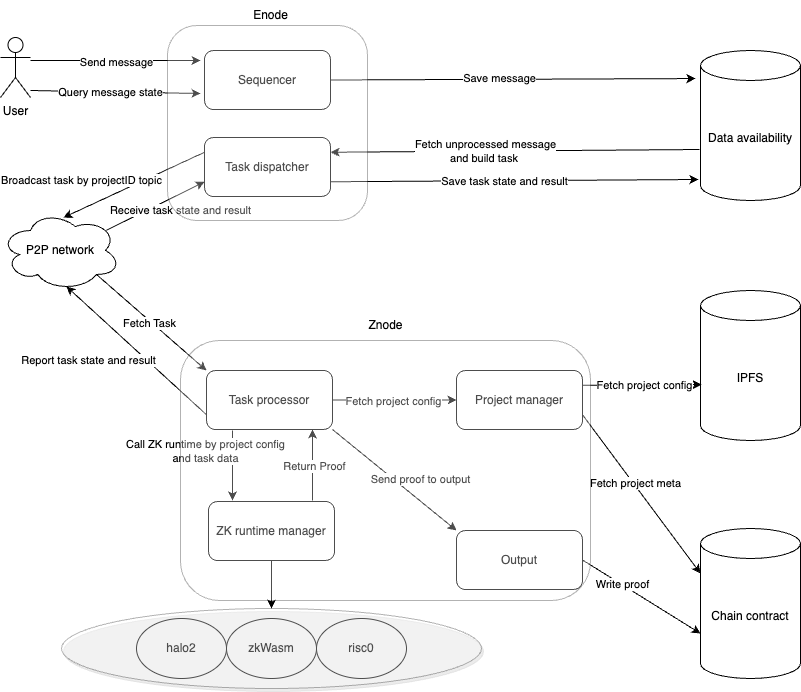
The draw.io diagram docs/architecture.drawio.png in iotexproject/w3bstream, before a commit. Source tidied: cells renumbered, new cells last; positions are measured from the earlier drawing's top-left corner, leaving out a move shared by most shapes.
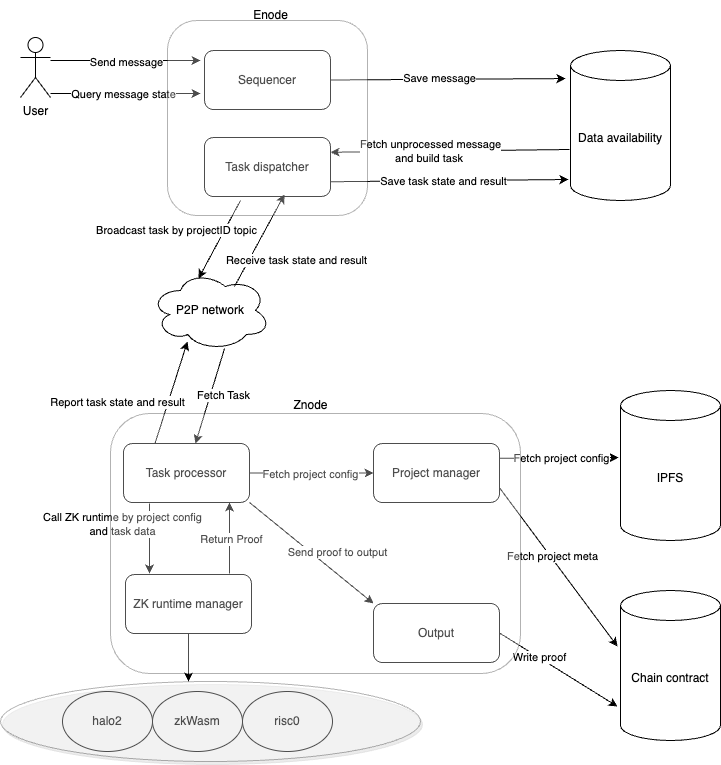
The same file after the commit.

Commit message:
feat(docs): add architecture diagram

Diff of the diagram source:
```diff
@@ -3,14 +3,14 @@
     <mxCell id="0" />
     <mxCell id="1" parent="0" />
     <mxCell id="2" value="User" style="shape=umlActor;verticalLabelPosition=bottom;verticalAlign=top;html=1;" parent="1" vertex="1">
-      <mxGeometry y="37" width="30" height="60" as="geometry" />
+      <mxGeometry x="20" y="37" width="30" height="60" as="geometry" />
     </mxCell>
     <mxCell id="3" value="Sequencer" style="rounded=1;whiteSpace=wrap;html=1;" parent="1" vertex="1">
       <mxGeometry x="204" y="50" width="126" height="59" as="geometry" />
     </mxCell>
     <mxCell id="4" style="endArrow=classic;html=1;rounded=0;" parent="1" edge="1">
       <mxGeometry relative="1" as="geometry">
-        <mxPoint x="30" y="60" as="sourcePoint" />
+        <mxPoint x="50" y="60" as="sourcePoint" />
         <mxPoint x="200" y="60" as="targetPoint" />
       </mxGeometry>
     </mxCell>
@@ -18,7 +18,7 @@
       <mxGeometry y="-1" relative="1" as="geometry" />
     </mxCell>
     <mxCell id="6" value="Data availability" style="shape=cylinder3;whiteSpace=wrap;html=1;boundedLbl=1;backgroundOutline=1;size=15;" parent="1" vertex="1">
-      <mxGeometry x="700" y="50" width="100" height="150" as="geometry" />
+      <mxGeometry x="570" y="50" width="100" height="150" as="geometry" />
     </mxCell>
     <mxCell id="7" style="endArrow=classic;html=1;rounded=0;exitX=1;exitY=0.5;exitDx=0;exitDy=0;entryX=-0.05;entryY=0.187;entryDx=0;entryDy=0;entryPerimeter=0;" parent="1" edge="1" source="3" target="6">
       <mxGeometry relative="1" as="geometry" />
@@ -28,7 +28,7 @@
     </mxCell>
     <mxCell id="9" style="endArrow=classic;html=1;rounded=0;" parent="1" edge="1">
       <mxGeometry relative="1" as="geometry">
-        <mxPoint x="30" y="90" as="sourcePoint" />
+        <mxPoint x="50" y="93" as="sourcePoint" />
         <mxPoint x="200" y="93" as="targetPoint" />
       </mxGeometry>
     </mxCell>
@@ -49,22 +49,26 @@
       <mxGeometry x="0.17" relative="1" as="geometry" />
     </mxCell>
     <mxCell id="14" value="P2P network" style="ellipse;shape=cloud;whiteSpace=wrap;html=1;" parent="1" vertex="1">
-      <mxGeometry y="210" width="120" height="80" as="geometry" />
+      <mxGeometry x="150" y="270" width="120" height="80" as="geometry" />
     </mxCell>
-    <mxCell id="15" style="endArrow=classic;html=1;rounded=0;exitX=0;exitY=0.25;exitDx=0;exitDy=0;entryX=0.525;entryY=0.088;entryDx=0;entryDy=0;entryPerimeter=0;" parent="1" edge="1" source="11" target="14">
-      <mxGeometry relative="1" as="geometry" />
+    <mxCell id="15" style="endArrow=classic;html=1;rounded=0;entryX=0.4;entryY=0.1;entryDx=0;entryDy=0;entryPerimeter=0;" parent="1" edge="1" target="14">
+      <mxGeometry relative="1" as="geometry">
+        <mxPoint x="240" y="200" as="sourcePoint" />
+      </mxGeometry>
     </mxCell>
     <mxCell id="16" value="Broadcast task by projectID topic" style="edgeLabel;html=1;align=center;verticalAlign=middle;" parent="15" vertex="1">
       <mxGeometry x="0.02" relative="1" as="geometry">
-        <mxPoint x="-52" y="-5" as="offset" />
+        <mxPoint x="-43" y="-10" as="offset" />
       </mxGeometry>
     </mxCell>
-    <mxCell id="17" style="endArrow=classic;html=1;rounded=0;exitX=0.88;exitY=0.25;exitDx=0;exitDy=0;exitPerimeter=0;entryX=0;entryY=0.75;entryDx=0;entryDy=0;" parent="1" edge="1" source="14" target="11">
-      <mxGeometry relative="1" as="geometry" />
+    <mxCell id="17" style="endArrow=classic;html=1;rounded=0;exitX=0.7;exitY=0.2;exitDx=0;exitDy=0;exitPerimeter=0;entryX=0.635;entryY=0.966;entryDx=0;entryDy=0;entryPerimeter=0;" parent="1" edge="1" source="14">
+      <mxGeometry relative="1" as="geometry">
+        <mxPoint x="284" y="194" as="targetPoint" />
+      </mxGeometry>
     </mxCell>
     <mxCell id="18" value="Receive task state and result" style="edgeLabel;html=1;align=center;verticalAlign=middle;" parent="17" vertex="1">
       <mxGeometry x="-0.05" y="-1" relative="1" as="geometry">
-        <mxPoint x="27" y="2" as="offset" />
+        <mxPoint x="37" y="17" as="offset" />
       </mxGeometry>
     </mxCell>
     <mxCell id="19" style="endArrow=classic;html=1;rounded=0;exitX=1;exitY=0.75;exitDx=0;exitDy=0;entryX=-0.02;entryY=0.86;entryDx=0;entryDy=0;entryPerimeter=0;" parent="1" edge="1" source="11" target="6">
@@ -74,43 +78,47 @@
       <mxGeometry x="-0.05" relative="1" as="geometry" />
     </mxCell>
     <mxCell id="21" value="Task&amp;nbsp;processor" style="rounded=1;whiteSpace=wrap;html=1;" parent="1" vertex="1">
-      <mxGeometry x="206" y="370" width="126" height="59" as="geometry" />
+      <mxGeometry x="123" y="443" width="126" height="59" as="geometry" />
     </mxCell>
-    <mxCell id="22" style="endArrow=classic;html=1;rounded=0;exitX=0.8;exitY=0.8;exitDx=0;exitDy=0;exitPerimeter=0;entryX=0;entryY=0;entryDx=0;entryDy=0;" parent="1" edge="1" source="14" target="21">
+    <mxCell id="22" style="endArrow=classic;html=1;rounded=0;entryX=0.571;entryY=0;entryDx=0;entryDy=0;entryPerimeter=0;exitX=0.617;exitY=0.975;exitDx=0;exitDy=0;exitPerimeter=0;" parent="1" edge="1" source="14" target="21">
       <mxGeometry relative="1" as="geometry" />
     </mxCell>
     <mxCell id="23" value="Fetch Task" style="edgeLabel;html=1;align=center;verticalAlign=middle;" parent="22" vertex="1">
-      <mxGeometry x="-0.01" y="-2" relative="1" as="geometry" />
+      <mxGeometry x="-0.01" y="-2" relative="1" as="geometry">
+        <mxPoint x="15" as="offset" />
+      </mxGeometry>
     </mxCell>
-    <mxCell id="24" style="endArrow=classic;html=1;rounded=0;exitX=0;exitY=0.75;exitDx=0;exitDy=0;entryX=0.55;entryY=0.95;entryDx=0;entryDy=0;entryPerimeter=0;" parent="1" edge="1" source="21" target="14">
+    <mxCell id="24" style="endArrow=classic;html=1;rounded=0;exitX=0.25;exitY=0;exitDx=0;exitDy=0;entryX=0.308;entryY=0.888;entryDx=0;entryDy=0;entryPerimeter=0;" parent="1" edge="1" source="21" target="14">
       <mxGeometry relative="1" as="geometry" />
     </mxCell>
     <mxCell id="25" value="Report task state and result" style="edgeLabel;html=1;align=center;verticalAlign=middle;" parent="24" vertex="1">
       <mxGeometry x="0.06" y="1" relative="1" as="geometry">
-        <mxPoint x="-43" y="13" as="offset" />
+        <mxPoint x="-54" y="13" as="offset" />
       </mxGeometry>
     </mxCell>
     <mxCell id="26" value="halo2" style="ellipse;whiteSpace=wrap;html=1;" parent="1" vertex="1">
-      <mxGeometry x="136" y="618" width="90" height="60" as="geometry" />
+      <mxGeometry x="62" y="691" width="90" height="60" as="geometry" />
     </mxCell>
     <mxCell id="27" value="zkWasm" style="ellipse;whiteSpace=wrap;html=1;" parent="1" vertex="1">
-      <mxGeometry x="226" y="618" width="90" height="60" as="geometry" />
+      <mxGeometry x="152" y="691" width="90" height="60" as="geometry" />
     </mxCell>
     <mxCell id="28" value="risc0" style="ellipse;whiteSpace=wrap;html=1;" parent="1" vertex="1">
-      <mxGeometry x="316" y="618" width="90" height="60" as="geometry" />
+      <mxGeometry x="242" y="691" width="90" height="60" as="geometry" />
     </mxCell>
     <mxCell id="29" style="ellipse;whiteSpace=wrap;html=1;opacity=30;shadow=1;" parent="1" vertex="1">
-      <mxGeometry x="61" y="608" width="420" height="80" as="geometry" />
+      <mxGeometry y="681" width="420" height="80" as="geometry" />
     </mxCell>
     <mxCell id="30" value="ZK runtime manager" style="rounded=1;whiteSpace=wrap;html=1;" parent="1" vertex="1">
-      <mxGeometry x="208" y="501" width="126" height="59" as="geometry" />
+      <mxGeometry x="125" y="574" width="126" height="59" as="geometry" />
     </mxCell>
-    <mxCell id="31" style="endArrow=classic;html=1;rounded=0;exitX=0.5;exitY=1;exitDx=0;exitDy=0;entryX=0.5;entryY=0;entryDx=0;entryDy=0;" parent="1" edge="1" source="30" target="29">
-      <mxGeometry relative="1" as="geometry" />
+    <mxCell id="31" style="endArrow=classic;html=1;rounded=0;exitX=0.5;exitY=1;exitDx=0;exitDy=0;entryX=0.5;entryY=0;entryDx=0;entryDy=0;" parent="1" edge="1" source="30">
+      <mxGeometry relative="1" as="geometry">
+        <mxPoint x="188" y="681" as="targetPoint" />
+      </mxGeometry>
     </mxCell>
     <mxCell id="32" style="endArrow=classic;html=1;rounded=0;entryX=0.19;entryY=-0.017;entryDx=0;entryDy=0;entryPerimeter=0;" parent="1" edge="1" target="30">
       <mxGeometry relative="1" as="geometry">
-        <mxPoint x="232" y="430" as="sourcePoint" />
+        <mxPoint x="149" y="503" as="sourcePoint" />
       </mxGeometry>
     </mxCell>
     <mxCell id="33" value="Call ZK runtime by project config &lt;br&gt;and task data" style="edgeLabel;html=1;align=center;verticalAlign=middle;" parent="32" vertex="1">
@@ -119,7 +127,7 @@
       </mxGeometry>
     </mxCell>
     <mxCell id="34" value="Project manager" style="rounded=1;whiteSpace=wrap;html=1;" parent="1" vertex="1">
-      <mxGeometry x="456" y="370" width="126" height="59" as="geometry" />
+      <mxGeometry x="373" y="443" width="126" height="59" as="geometry" />
     </mxCell>
     <mxCell id="35" style="endArrow=classic;html=1;rounded=0;exitX=1;exitY=0.5;exitDx=0;exitDy=0;entryX=0;entryY=0.5;entryDx=0;entryDy=0;" parent="1" edge="1" source="21" target="34">
       <mxGeometry relative="1" as="geometry" />
@@ -131,14 +139,14 @@
     </mxCell>
     <mxCell id="37" style="endArrow=classic;html=1;rounded=0;entryX=0.841;entryY=1;entryDx=0;entryDy=0;entryPerimeter=0;" parent="1" edge="1" target="21">
       <mxGeometry relative="1" as="geometry">
-        <mxPoint x="312" y="500" as="sourcePoint" />
+        <mxPoint x="229" y="573" as="sourcePoint" />
       </mxGeometry>
     </mxCell>
     <mxCell id="38" value="Return Proof" style="edgeLabel;html=1;align=center;verticalAlign=middle;" parent="37" vertex="1">
       <mxGeometry x="-0.04" y="-2" relative="1" as="geometry" />
     </mxCell>
     <mxCell id="39" value="Output" style="rounded=1;whiteSpace=wrap;html=1;" parent="1" vertex="1">
-      <mxGeometry x="456" y="530" width="126" height="59" as="geometry" />
+      <mxGeometry x="373" y="603" width="126" height="59" as="geometry" />
     </mxCell>
     <mxCell id="40" style="endArrow=classic;html=1;rounded=0;exitX=1;exitY=1;exitDx=0;exitDy=0;entryX=0;entryY=0;entryDx=0;entryDy=0;" parent="1" edge="1" source="21" target="39">
       <mxGeometry relative="1" as="geometry" />
@@ -149,44 +157,50 @@
       </mxGeometry>
     </mxCell>
     <mxCell id="42" value="Chain contract" style="shape=cylinder3;whiteSpace=wrap;html=1;boundedLbl=1;backgroundOutline=1;size=15;" parent="1" vertex="1">
-      <mxGeometry x="700" y="528" width="100" height="150" as="geometry" />
+      <mxGeometry x="620" y="590" width="100" height="150" as="geometry" />
     </mxCell>
     <mxCell id="43" value="IPFS" style="shape=cylinder3;whiteSpace=wrap;html=1;boundedLbl=1;backgroundOutline=1;size=15;" parent="1" vertex="1">
-      <mxGeometry x="700" y="290" width="100" height="150" as="geometry" />
+      <mxGeometry x="620" y="390" width="100" height="150" as="geometry" />
     </mxCell>
-    <mxCell id="44" style="endArrow=classic;html=1;rounded=0;exitX=1;exitY=0.75;exitDx=0;exitDy=0;entryX=0;entryY=0;entryDx=0;entryDy=45;entryPerimeter=0;" parent="1" edge="1" source="34" target="42">
-      <mxGeometry relative="1" as="geometry" />
+    <mxCell id="44" style="endArrow=classic;html=1;rounded=0;exitX=1;exitY=0.75;exitDx=0;exitDy=0;entryX=0;entryY=0;entryDx=0;entryDy=45;entryPerimeter=0;" parent="1" edge="1" source="34">
+      <mxGeometry relative="1" as="geometry">
+        <mxPoint x="617" y="646" as="targetPoint" />
+      </mxGeometry>
     </mxCell>
     <mxCell id="45" value="Fetch project meta" style="edgeLabel;html=1;align=center;verticalAlign=middle;" parent="44" vertex="1">
       <mxGeometry x="-0.12" y="2" relative="1" as="geometry">
         <mxPoint x="-1" as="offset" />
       </mxGeometry>
     </mxCell>
-    <mxCell id="46" style="endArrow=classic;html=1;rounded=0;exitX=1;exitY=0.25;exitDx=0;exitDy=0;entryX=0.01;entryY=0.627;entryDx=0;entryDy=0;entryPerimeter=0;" parent="1" edge="1" source="34" target="43">
-      <mxGeometry relative="1" as="geometry" />
+    <mxCell id="46" style="endArrow=classic;html=1;rounded=0;exitX=1;exitY=0.25;exitDx=0;exitDy=0;entryX=0.01;entryY=0.627;entryDx=0;entryDy=0;entryPerimeter=0;" parent="1" edge="1" source="34">
+      <mxGeometry relative="1" as="geometry">
+        <mxPoint x="618" y="457" as="targetPoint" />
+      </mxGeometry>
     </mxCell>
     <mxCell id="47" value="Fetch project config" style="edgeLabel;html=1;align=center;verticalAlign=middle;" parent="46" vertex="1">
       <mxGeometry x="0.03" y="-3" relative="1" as="geometry">
         <mxPoint y="-3" as="offset" />
       </mxGeometry>
     </mxCell>
-    <mxCell id="48" style="endArrow=classic;html=1;rounded=0;exitX=1;exitY=0.5;exitDx=0;exitDy=0;entryX=0;entryY=0;entryDx=0;entryDy=105;entryPerimeter=0;" parent="1" edge="1" source="39" target="42">
-      <mxGeometry relative="1" as="geometry" />
+    <mxCell id="48" style="endArrow=classic;html=1;rounded=0;exitX=1;exitY=0.5;exitDx=0;exitDy=0;entryX=0;entryY=0;entryDx=0;entryDy=105;entryPerimeter=0;" parent="1" edge="1" source="39">
+      <mxGeometry relative="1" as="geometry">
+        <mxPoint x="617" y="706" as="targetPoint" />
+      </mxGeometry>
     </mxCell>
     <mxCell id="49" value="Write proof" style="edgeLabel;html=1;align=center;verticalAlign=middle;" parent="48" vertex="1">
       <mxGeometry x="-0.34" relative="1" as="geometry" />
     </mxCell>
     <mxCell id="50" style="rounded=1;whiteSpace=wrap;html=1;opacity=30;glass=0;shadow=0;" parent="1" vertex="1">
-      <mxGeometry x="167" y="25" width="200" height="195" as="geometry" />
+      <mxGeometry x="167" y="20" width="200" height="195" as="geometry" />
     </mxCell>
     <mxCell id="51" value="Enode" style="text;html=1;align=center;verticalAlign=middle;strokeColor=none;fillColor=none;" parent="1" vertex="1">
       <mxGeometry x="240" width="60" height="30" as="geometry" />
     </mxCell>
     <mxCell id="52" style="rounded=1;whiteSpace=wrap;html=1;opacity=30;" parent="1" vertex="1">
-      <mxGeometry x="180" y="340" width="410" height="260" as="geometry" />
+      <mxGeometry x="110" y="413" width="410" height="260" as="geometry" />
     </mxCell>
     <mxCell id="53" value="Znode" style="text;html=1;align=center;verticalAlign=middle;strokeColor=none;fillColor=none;" parent="1" vertex="1">
-      <mxGeometry x="355" y="310" width="60" height="30" as="geometry" />
+      <mxGeometry x="280" y="390" width="60" height="30" as="geometry" />
     </mxCell>
   </root>
 </mxGraphModel>
```
